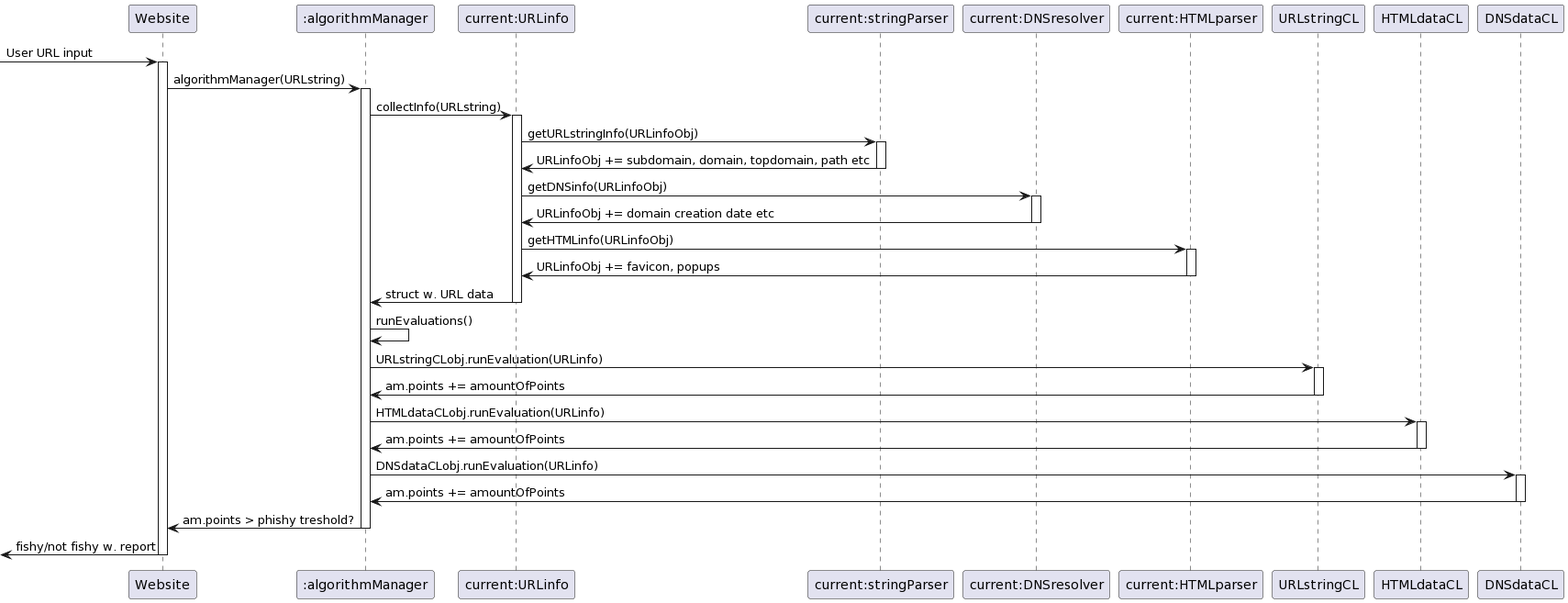
The PlantUML diagram sequence_diagram.png in Purcs3d/phishing-softhouse, before a commit.
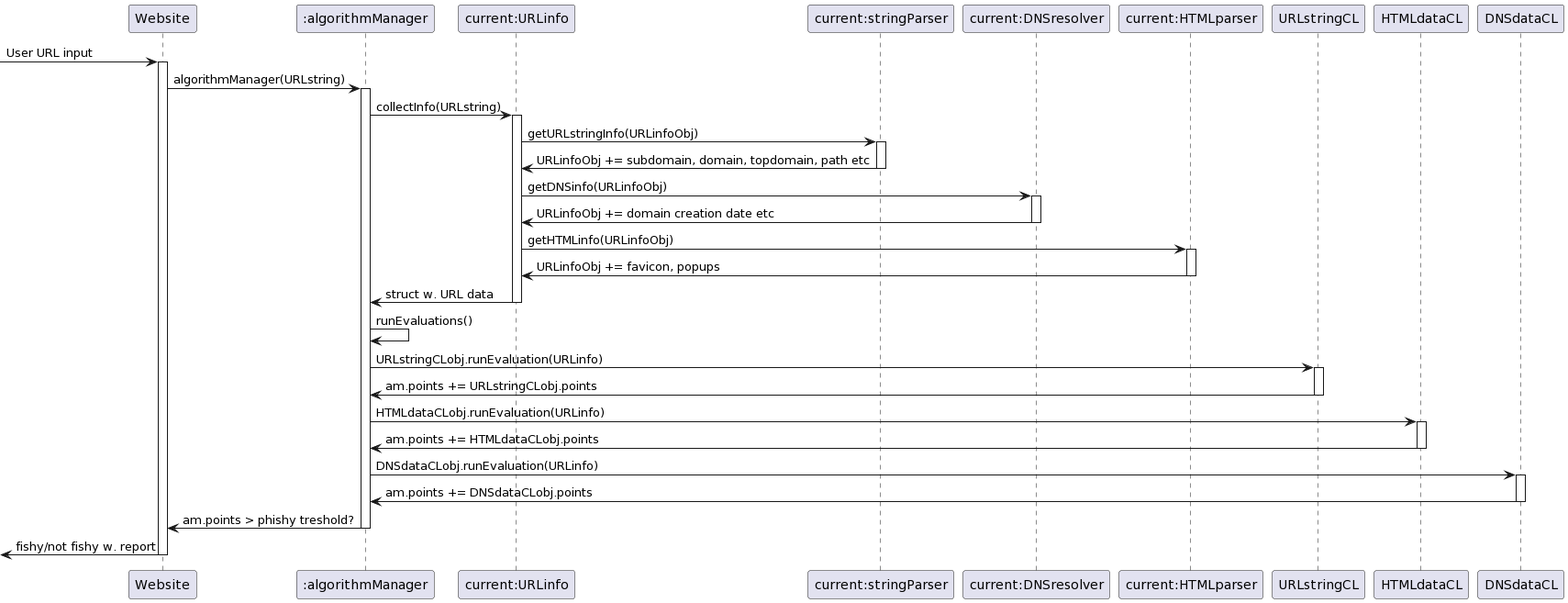
The same file after the commit.

Commit message:
updated Sequence Diagram

The edit, as a diff of the source:
```diff
@@ -33,17 +33,17 @@
 am -> am : runEvaluations()
 am -> strcl : URLstringCLobj.runEvaluation(URLinfo)
 activate strcl
-strcl -> am : am.points += amountOfPoints
+strcl -> am : am.points += URLstringCLobj.points
 deactivate strcl
 
 am -> htmlcl : HTMLdataCLobj.runEvaluation(URLinfo)
 activate htmlcl
-htmlcl -> am : am.points += amountOfPoints
+htmlcl -> am : am.points += HTMLdataCLobj.points
 deactivate htmlcl
 
 am -> dnscl : DNSdataCLobj.runEvaluation(URLinfo)
 activate dnscl
-dnscl -> am : am.points += amountOfPoints
+dnscl -> am : am.points += DNSdataCLobj.points
 deactivate dnscl
 
  ws <- am : am.points > phishy treshold?
```
